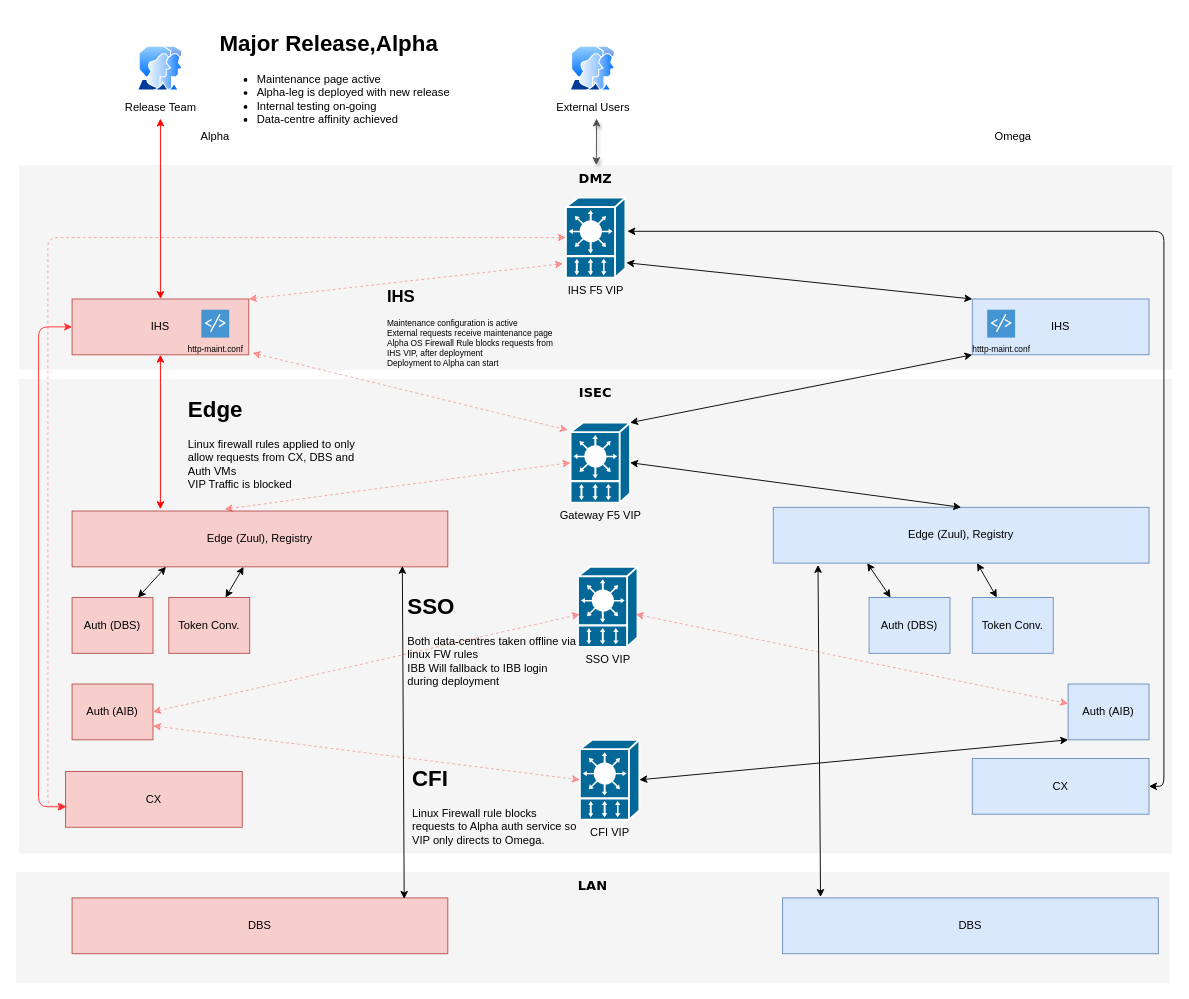
Earlier version of the draw.io diagram src/main/resources/topology-major-release.drawio (hughrossdublin/cardsproxy). Source tidied: cells renumbered, new cells numbered last; positions are measured from the earlier drawing's top-left corner, leaving out a move shared by most shapes. Both pictures are drawn from the tidied source at 93%, with x=0, y=0 at pixel (16, 25).
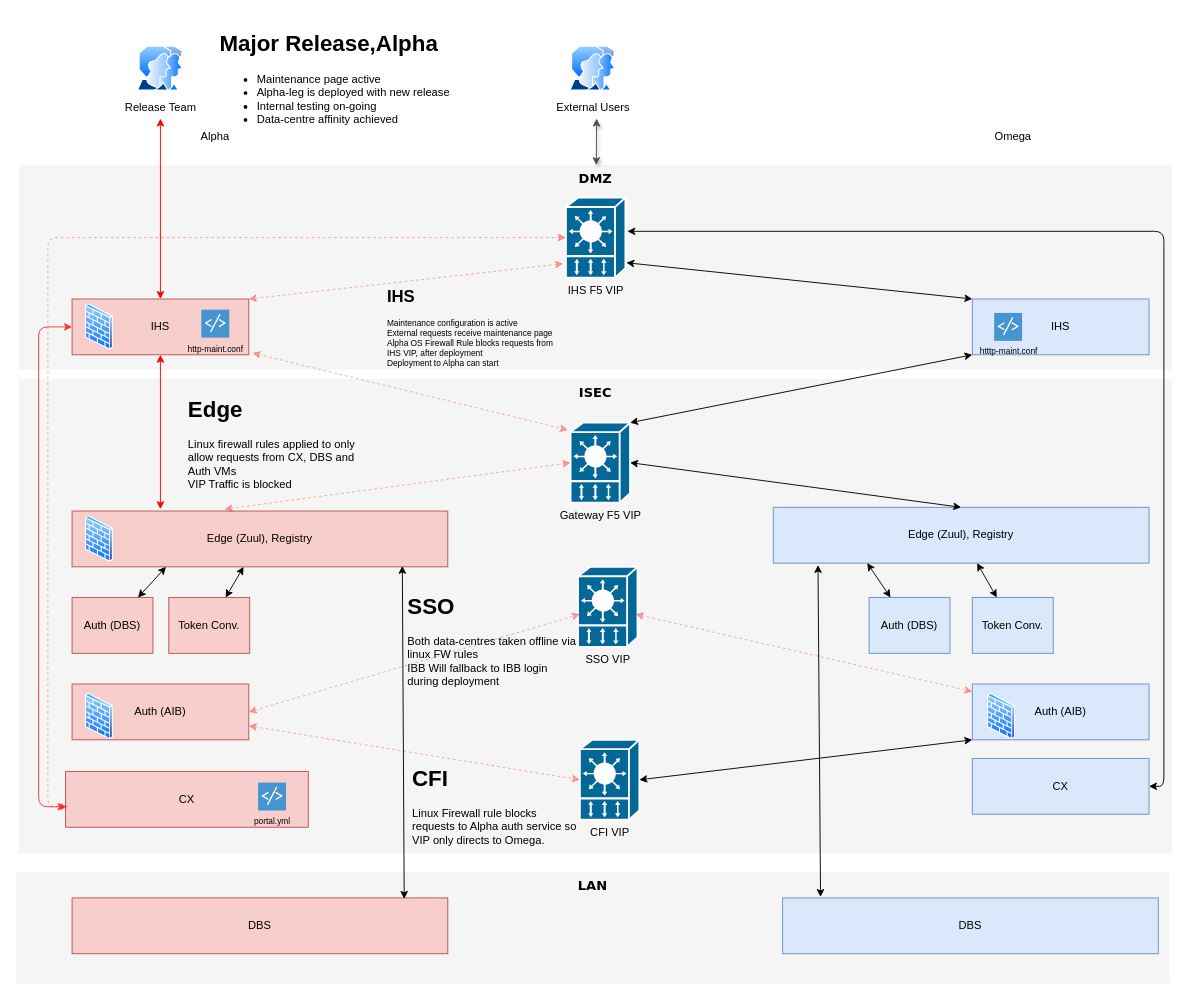
Above is the later version.

Diff of the diagram source:
```diff
@@
     <mxCell id="12" value="CX" style="rounded=0;whiteSpace=wrap;html=1;fillColor=#f8cecc;strokeColor=#b85450;" parent="1" vertex="1">
-      <mxGeometry x="53" y="802" width="190" height="60" as="geometry" />
+      <mxGeometry x="53" y="802" width="261" height="60" as="geometry" />
     </mxCell>
@@
     <mxCell id="27" value="Auth (AIB)" style="rounded=0;whiteSpace=wrap;html=1;fillColor=#dae8fc;strokeColor=#6c8ebf;" parent="1" vertex="1">
-      <mxGeometry x="1131" y="708" width="87" height="60" as="geometry" />
+      <mxGeometry x="1028" y="708" width="190" height="60" as="geometry" />
     </mxCell>
     <mxCell id="28" value="Auth (AIB)" style="rounded=0;whiteSpace=wrap;html=1;fillColor=#f8cecc;strokeColor=#b85450;" parent="1" vertex="1">
-      <mxGeometry x="60" y="708" width="87" height="60" as="geometry" />
+      <mxGeometry x="60" y="708" width="190" height="60" as="geometry" />
     </mxCell>
@@
     <mxCell id="51" value="htttp-maint.conf" style="shadow=0;dashed=0;html=1;strokeColor=none;fillColor=#4495D1;labelPosition=center;verticalLabelPosition=bottom;verticalAlign=top;align=center;shape=mxgraph.veeam.script;fontSize=9;" parent="1" vertex="1">
-      <mxGeometry x="1044" y="305.5" width="30" height="30" as="geometry" />
+      <mxGeometry x="1051.5" y="309" width="30" height="30" as="geometry" />
     </mxCell>
@@
+    <mxCell id="56" style="perimeter=ellipsePerimeter;html=1;align=center;shadow=0;dashed=0;spacingTop=3;image;image=img/lib/active_directory/firewall.svg;" parent="1" vertex="1">
+      <mxGeometry x="74" y="299" width="30.5" height="50" as="geometry" />
+    </mxCell>
+    <mxCell id="57" style="perimeter=ellipsePerimeter;html=1;align=center;shadow=0;dashed=0;spacingTop=3;image;image=img/lib/active_directory/firewall.svg;" parent="1" vertex="1">
+      <mxGeometry x="74" y="527" width="30.5" height="50" as="geometry" />
+    </mxCell>
+    <mxCell id="58" style="perimeter=ellipsePerimeter;html=1;align=center;shadow=0;dashed=0;spacingTop=3;image;image=img/lib/active_directory/firewall.svg;" parent="1" vertex="1">
+      <mxGeometry x="74" y="718" width="30.5" height="50" as="geometry" />
+    </mxCell>
+    <mxCell id="59" style="perimeter=ellipsePerimeter;html=1;align=center;shadow=0;dashed=0;spacingTop=3;image;image=img/lib/active_directory/firewall.svg;" parent="1" vertex="1">
+      <mxGeometry x="1044" y="718" width="30.5" height="50" as="geometry" />
+    </mxCell>
+    <mxCell id="60" value="portal.yml" style="shadow=0;dashed=0;html=1;strokeColor=none;fillColor=#4495D1;labelPosition=center;verticalLabelPosition=bottom;verticalAlign=top;align=center;shape=mxgraph.veeam.script;fontSize=9;" parent="1" vertex="1">
+      <mxGeometry x="260" y="814" width="30" height="30" as="geometry" />
+    </mxCell>
```
